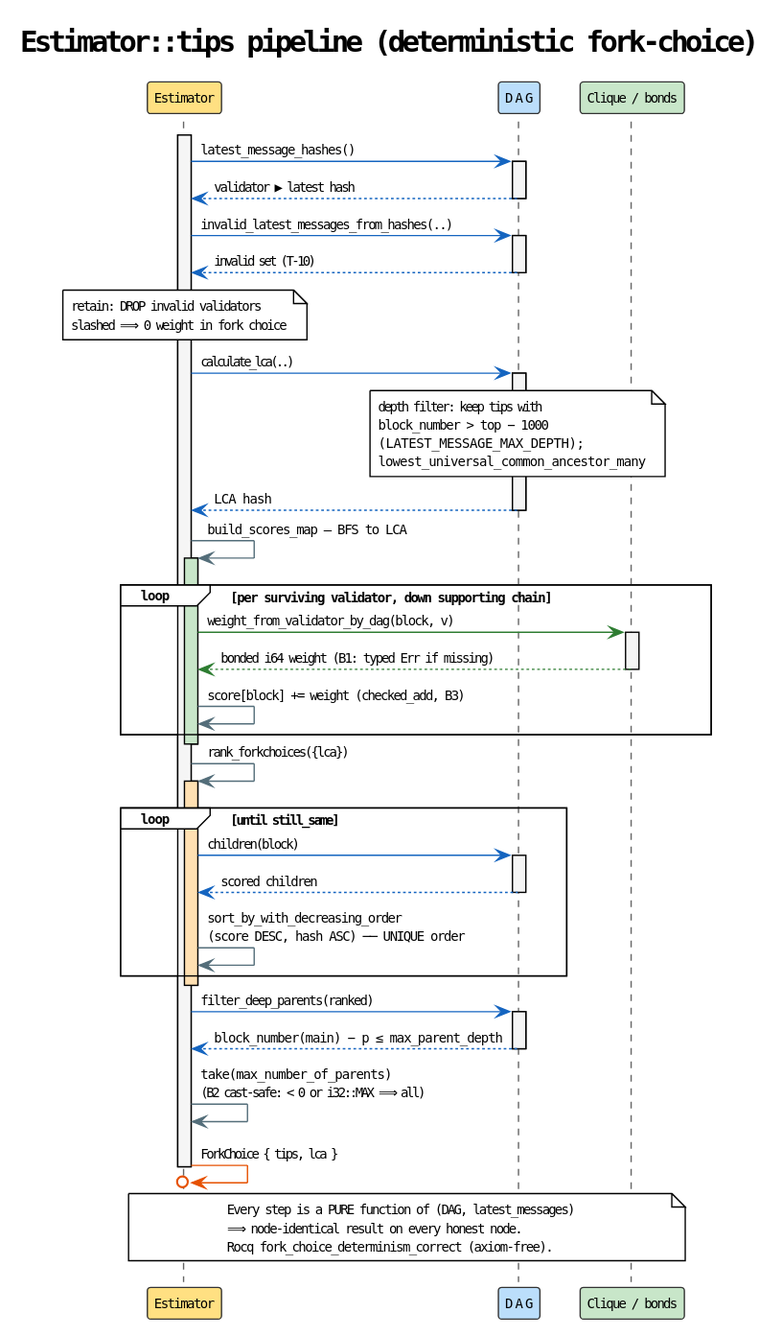
Above: docs/theory/fork-choice/diagrams/02-seq-tips-pipeline.svg in F1R3FLY-io/f1r3node-rust (PlantUML), before the change.
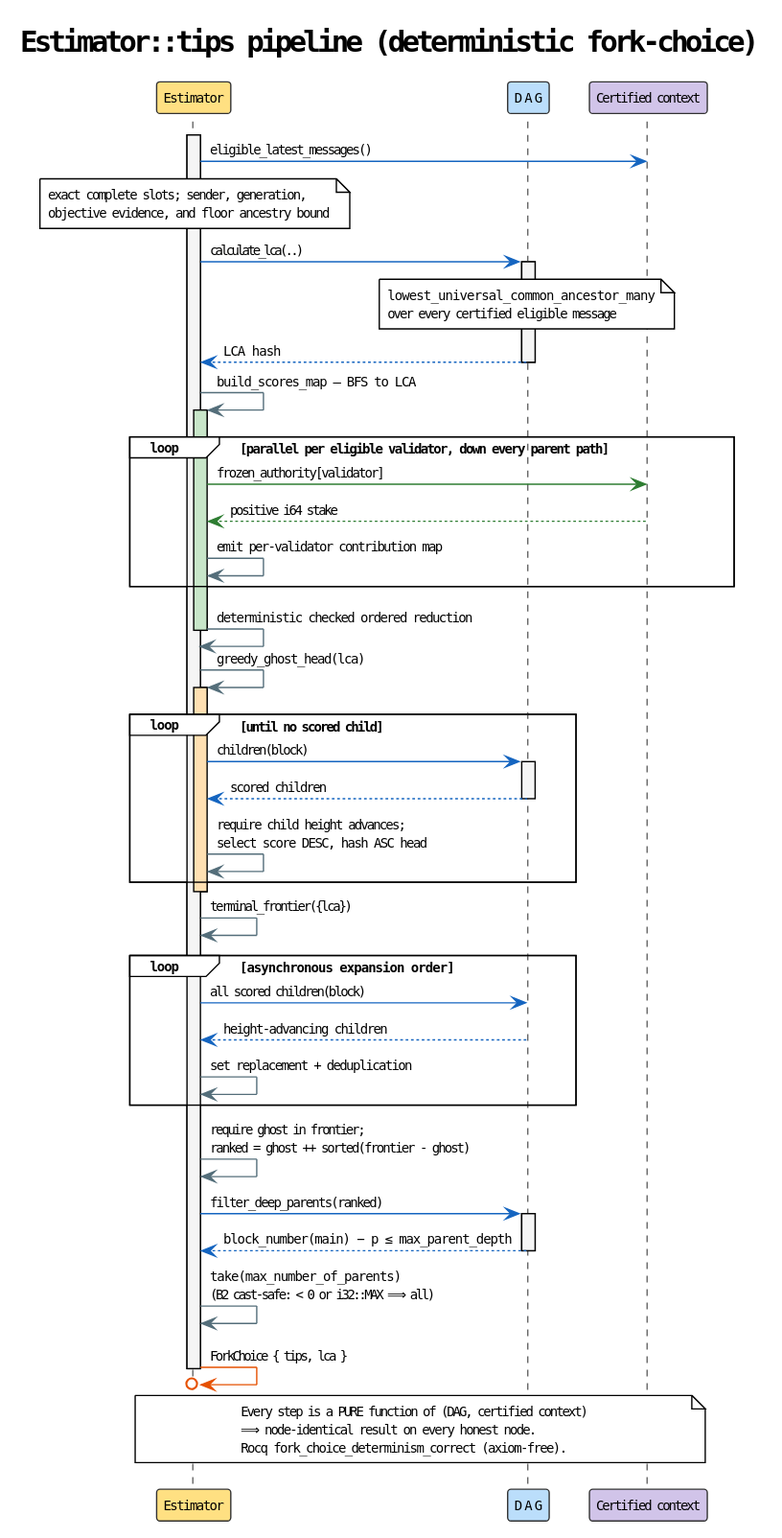
After the change.

The edit, as a diff of the source:
```diff
@@ -19,56 +19,53 @@
 
 participant "Estimator" as EST #FFE082
 participant "DAG" as DAG #BBDEFB
-participant "Clique / bonds" as BND #C8E6C9
+participant "Certified context" as CTX #D1C4E9
 
 activate EST
 
-EST -[#1565C0]> DAG : latest_message_hashes()
-activate DAG
-DAG --[#1565C0]> EST : validator ▶ latest hash
-deactivate DAG
-
-EST -[#1565C0]> DAG : invalid_latest_messages_from_hashes(..)
-activate DAG
-DAG --[#1565C0]> EST : invalid set (T-10)
-deactivate DAG
+EST -[#1565C0]> CTX : eligible_latest_messages()
 note over EST
-  retain: DROP invalid validators
-  slashed ⟹ 0 weight in fork choice
+  exact complete slots; sender, generation,
+  objective evidence, and floor ancestry bound
 end note
 
 EST -[#1565C0]> DAG : calculate_lca(..)
 activate DAG
 note over DAG
-  depth filter: keep tips with
-  block_number > top − 1000
-  (LATEST_MESSAGE_MAX_DEPTH);
   lowest_universal_common_ancestor_many
+  over every certified eligible message
 end note
 DAG --[#1565C0]> EST : LCA hash
 deactivate DAG
 
 EST -[#546E7A]> EST : build_scores_map — BFS to LCA
 activate EST #C8E6C9
-loop per surviving validator, down supporting chain
-  EST -[#2E7D32]> BND : weight_from_validator_by_dag(block, v)
-  activate BND
-  BND --[#2E7D32]> EST : bonded i64 weight (B1: typed Err if missing)
-  deactivate BND
-  EST -[#546E7A]> EST : score[block] += weight (checked_add, B3)
+loop parallel per eligible validator, down every parent path
+  EST -[#2E7D32]> CTX : frozen_authority[validator]
+  CTX --[#2E7D32]> EST : positive i64 stake
+  EST -[#546E7A]> EST : emit per-validator contribution map
 end
+EST -[#546E7A]> EST : deterministic checked ordered reduction
 deactivate EST
 
-EST -[#546E7A]> EST : rank_forkchoices({lca})
+EST -[#546E7A]> EST : greedy_ghost_head(lca)
 activate EST #FFE0B2
-loop until still_same
+loop until no scored child
   EST -[#1565C0]> DAG : children(block)
   activate DAG
   DAG --[#1565C0]> EST : scored children
   deactivate DAG
-  EST -[#546E7A]> EST : sort_by_with_decreasing_order\n(score DESC, hash ASC) ── UNIQUE order
+  EST -[#546E7A]> EST : require child height advances;\nselect score DESC, hash ASC head
 end
 deactivate EST
+
+EST -[#546E7A]> EST : terminal_frontier({lca})
+loop asynchronous expansion order
+  EST -[#1565C0]> DAG : all scored children(block)
+  DAG --[#1565C0]> EST : height-advancing children
+  EST -[#546E7A]> EST : set replacement + deduplication
+end
+EST -[#546E7A]> EST : require ghost in frontier;\nranked = ghost ++ sorted(frontier - ghost)
 
 EST -[#1565C0]> DAG : filter_deep_parents(ranked)
 activate DAG
@@ -80,8 +77,8 @@
 EST -[#E65100]>o EST : ForkChoice { tips, lca }
 deactivate EST
 
-note over EST, BND
-  Every step is a PURE function of (DAG, latest_messages)
+note over EST, CTX
+  Every step is a PURE function of (DAG, certified context)
   ⟹ node-identical result on every honest node.
   Rocq fork_choice_determinism_correct (axiom-free).
 end note
```
